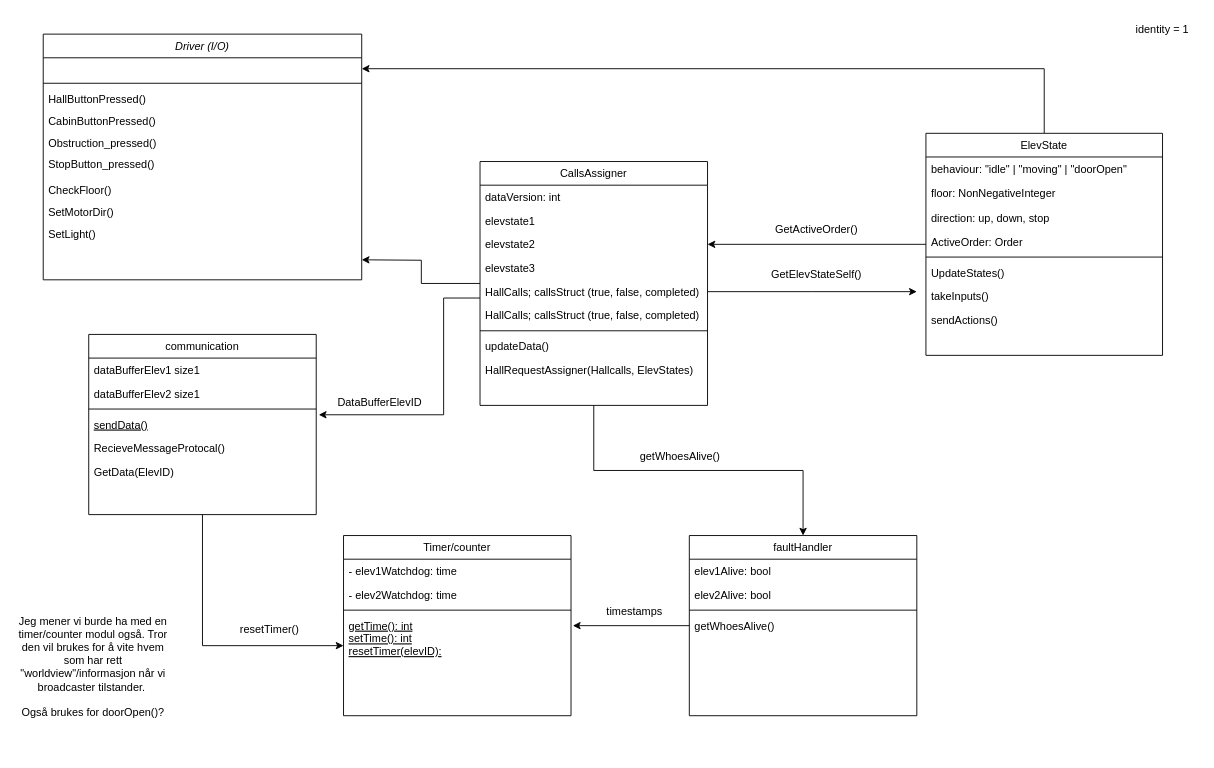
MathiasSagerup/Sanntid keeps this draw.io diagram as Diagrammer/gustavs_klassediagram.drawio. Above is the earlier version. Source tidied: cells renumbered, new cells numbered last; positions are measured from the earlier drawing's top-left corner, leaving out a move shared by most shapes. Both pictures are drawn from the tidied source at 91%, with x=0, y=0 at pixel (15, 15).
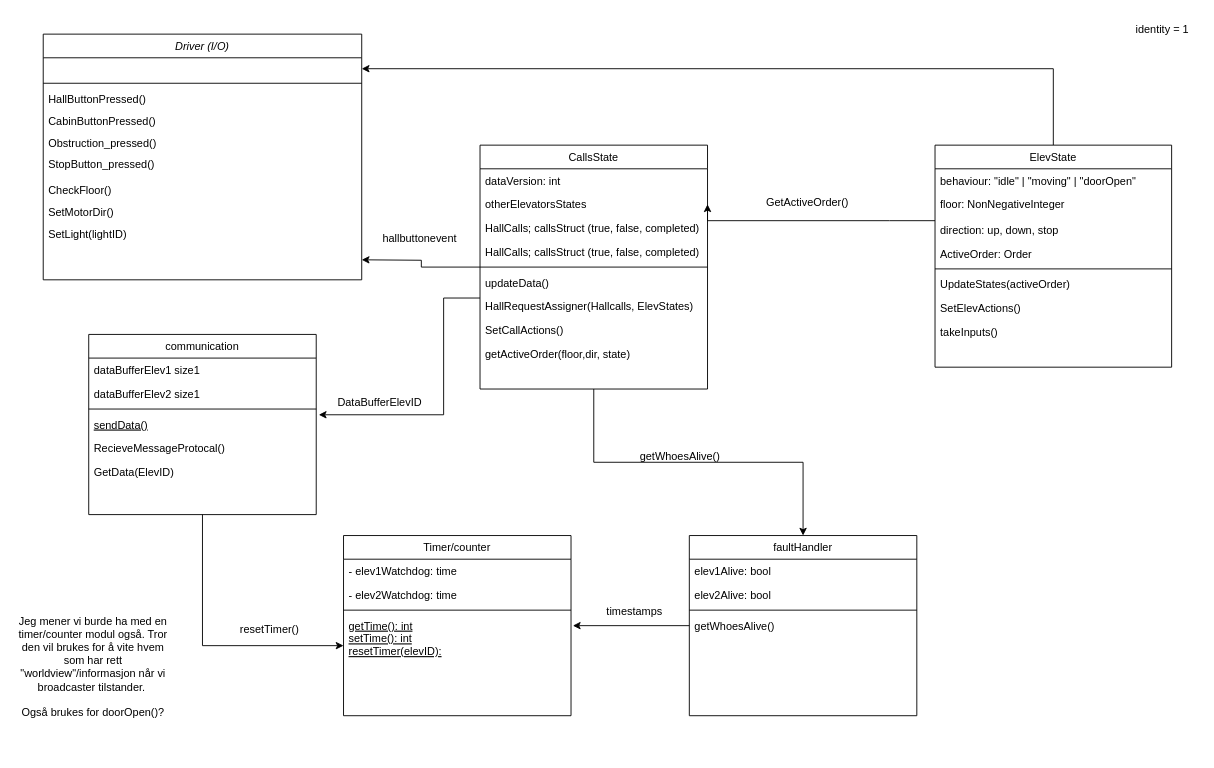
The same diagram, later.

Unchanged cells that the change refers to:
```xml
<mxCell id="2" value="Driver (I/O)" style="swimlane;fontStyle=2;align=center;verticalAlign=top;horizontal=1;startSize=26;rounded=0;shadow=0;strokeWidth=1;" parent="1" vertex="1">
  <mxGeometry x="30" y="20" width="350" height="270" as="geometry" />
</mxCell>
```

Diff of the diagram source:
```diff
@@
-    <mxCell id="11" value="SetLight()" style="text;align=left;verticalAlign=top;spacingLeft=4;spacingRight=4;overflow=hidden;" parent="2" vertex="1">
+    <mxCell id="11" value="SetLight(lightID)" style="text;align=left;verticalAlign=top;spacingLeft=4;spacingRight=4;overflow=hidden;" parent="2" vertex="1">
       <mxGeometry y="206" width="350" height="24" as="geometry" />
     </mxCell>
     <mxCell id="12" style="edgeStyle=orthogonalEdgeStyle;rounded=0;jettySize=auto;html=1;entryX=1;entryY=0.5;entryDx=0;entryDy=0;" parent="1" edge="1" source="14" target="35">
-      <mxGeometry relative="1" as="geometry" />
+      <mxGeometry relative="1" as="geometry">
+        <Array as="points">
+          <mxPoint x="960" y="225" />
+          <mxPoint x="960" y="225" />
+        </Array>
+      </mxGeometry>
     </mxCell>
@@
     <mxCell id="14" value="ElevState" style="swimlane;fontStyle=0;align=center;verticalAlign=top;horizontal=1;startSize=26;rounded=0;shadow=0;strokeWidth=1;" parent="1" vertex="1">
-      <mxGeometry x="1000" y="129" width="260" height="244" as="geometry" />
+      <mxGeometry x="1010" y="142" width="260" height="244" as="geometry" />
     </mxCell>
@@
-    <mxCell id="20" value="UpdateStates()" style="text;align=left;verticalAlign=top;spacingLeft=4;spacingRight=4;overflow=hidden;rounded=0;shadow=0;html=0;" parent="14" vertex="1">
+    <mxCell id="20" value="UpdateStates(activeOrder)" style="text;align=left;verticalAlign=top;spacingLeft=4;spacingRight=4;overflow=hidden;rounded=0;shadow=0;html=0;" parent="14" vertex="1">
       <mxGeometry y="140" width="260" height="26" as="geometry" />
     </mxCell>
+    <mxCell id="22" value="SetElevActions()" style="text;align=left;verticalAlign=top;spacingLeft=4;spacingRight=4;overflow=hidden;rounded=0;shadow=0;html=0;" parent="14" vertex="1">
+      <mxGeometry y="166" width="260" height="26" as="geometry" />
+    </mxCell>
     <mxCell id="21" value="takeInputs()" style="text;align=left;verticalAlign=top;spacingLeft=4;spacingRight=4;overflow=hidden;rounded=0;shadow=0;html=0;" parent="14" vertex="1">
-      <mxGeometry y="166" width="260" height="26" as="geometry" />
+      <mxGeometry y="192" width="260" height="26" as="geometry" />
     </mxCell>
-    <mxCell id="22" value="sendActions()" style="text;align=left;verticalAlign=top;spacingLeft=4;spacingRight=4;overflow=hidden;rounded=0;shadow=0;html=0;" parent="14" vertex="1">
-      <mxGeometry y="192" width="260" height="26" as="geometry" />
-    </mxCell>
@@
-    <mxCell id="32" value="CallsAssigner" style="swimlane;fontStyle=0;align=center;verticalAlign=top;horizontal=1;startSize=26;rounded=0;shadow=0;strokeWidth=1;" parent="1" vertex="1">
-      <mxGeometry x="510" y="160" width="250" height="268" as="geometry" />
+    <mxCell id="32" value="CallsState" style="swimlane;fontStyle=0;align=center;verticalAlign=top;horizontal=1;startSize=26;rounded=0;shadow=0;strokeWidth=1;" parent="1" vertex="1">
+      <mxGeometry x="510" y="142" width="250" height="268" as="geometry" />
     </mxCell>
@@
-    <mxCell id="34" value="elevstate1" style="text;align=left;verticalAlign=top;spacingLeft=4;spacingRight=4;overflow=hidden;" parent="32" vertex="1">
-      <mxGeometry y="52" width="250" height="26" as="geometry" />
-    </mxCell>
-    <mxCell id="35" value="elevstate2" style="text;align=left;verticalAlign=top;spacingLeft=4;spacingRight=4;overflow=hidden;points=[[0,0.5],[1,0.5]];portConstraint=eastwest;rounded=0;shadow=0;html=0;" parent="32" vertex="1">
-      <mxGeometry y="78" width="250" height="26" as="geometry" />
+    <mxCell id="35" value="otherElevatorsStates" style="text;align=left;verticalAlign=top;spacingLeft=4;spacingRight=4;overflow=hidden;points=[[0,0.5],[1,0.5]];portConstraint=eastwest;rounded=0;shadow=0;html=0;" parent="32" vertex="1">
+      <mxGeometry y="52" width="250" height="26" as="geometry" />
     </mxCell>
-    <mxCell id="36" value="elevstate3" style="text;align=left;verticalAlign=top;spacingLeft=4;spacingRight=4;overflow=hidden;rounded=0;shadow=0;html=0;" parent="32" vertex="1">
-      <mxGeometry y="104" width="250" height="26" as="geometry" />
-    </mxCell>
-    <mxCell id="37" style="edgeStyle=orthogonalEdgeStyle;rounded=0;jettySize=auto;html=1;" parent="32" edge="1" source="38">
-      <mxGeometry relative="1" as="geometry">
-        <mxPoint x="480" y="143" as="targetPoint" />
-      </mxGeometry>
-    </mxCell>
     <mxCell id="38" value="HallCalls; callsStruct (true, false, completed)" style="text;align=left;verticalAlign=top;spacingLeft=4;spacingRight=4;overflow=hidden;points=[[0,0.5],[1,0.5]];portConstraint=eastwest;rounded=0;shadow=0;html=0;" parent="32" vertex="1">
-      <mxGeometry y="130" width="250" height="26" as="geometry" />
+      <mxGeometry y="78" width="250" height="26" as="geometry" />
     </mxCell>
     <mxCell id="39" value="HallCalls; callsStruct (true, false, completed)" style="text;align=left;verticalAlign=top;spacingLeft=4;spacingRight=4;overflow=hidden;rounded=0;shadow=0;html=0;" parent="32" vertex="1">
-      <mxGeometry y="156" width="250" height="26" as="geometry" />
+      <mxGeometry y="104" width="250" height="26" as="geometry" />
     </mxCell>
     <mxCell id="40" style="line;html=1;strokeWidth=1;align=left;verticalAlign=middle;spacingTop=-1;spacingLeft=3;spacingRight=3;labelPosition=right;" parent="32" vertex="1">
-      <mxGeometry y="182" width="250" height="8" as="geometry" />
+      <mxGeometry y="130" width="250" height="8" as="geometry" />
     </mxCell>
     <mxCell id="41" value="updateData()" style="text;align=left;verticalAlign=top;spacingLeft=4;spacingRight=4;overflow=hidden;" parent="32" vertex="1">
-      <mxGeometry y="190" width="250" height="26" as="geometry" />
+      <mxGeometry y="138" width="250" height="26" as="geometry" />
     </mxCell>
     <mxCell id="42" value="HallRequestAssigner(Hallcalls, ElevStates)" style="text;align=left;verticalAlign=top;spacingLeft=4;spacingRight=4;overflow=hidden;" parent="32" vertex="1">
-      <mxGeometry y="216" width="250" height="26" as="geometry" />
+      <mxGeometry y="164" width="250" height="26" as="geometry" />
     </mxCell>
+    <mxCell id="64" value="SetCallActions()" style="text;align=left;verticalAlign=top;spacingLeft=4;spacingRight=4;overflow=hidden;" parent="32" vertex="1">
+      <mxGeometry y="190" width="250" height="26" as="geometry" />
+    </mxCell>
+    <mxCell id="65" value="getActiveOrder(floor,dir, state)" style="text;align=left;verticalAlign=top;spacingLeft=4;spacingRight=4;overflow=hidden;" parent="32" vertex="1">
+      <mxGeometry y="216" width="250" height="26" as="geometry" />
+    </mxCell>
@@
     <mxCell id="62" value="GetActiveOrder()" style="text;html=1;whiteSpace=wrap;strokeColor=none;fillColor=none;align=center;verticalAlign=middle;rounded=0;" parent="1" vertex="1">
-      <mxGeometry x="850" y="220" width="60" height="30" as="geometry" />
+      <mxGeometry x="840" y="190" width="60" height="30" as="geometry" />
     </mxCell>
-    <mxCell id="63" value="&lt;div&gt;GetElevStateSelf()&lt;/div&gt;" style="text;html=1;whiteSpace=wrap;strokeColor=none;fillColor=none;align=center;verticalAlign=middle;rounded=0;" parent="1" vertex="1">
-      <mxGeometry x="850" y="270" width="60" height="30" as="geometry" />
-    </mxCell>
+    <mxCell id="66" value="hallbuttonevent" style="text;html=1;whiteSpace=wrap;strokeColor=none;fillColor=none;align=center;verticalAlign=middle;rounded=0;" parent="1" vertex="1">
+      <mxGeometry x="413.5" y="230" width="60" height="30" as="geometry" />
+    </mxCell>
```
